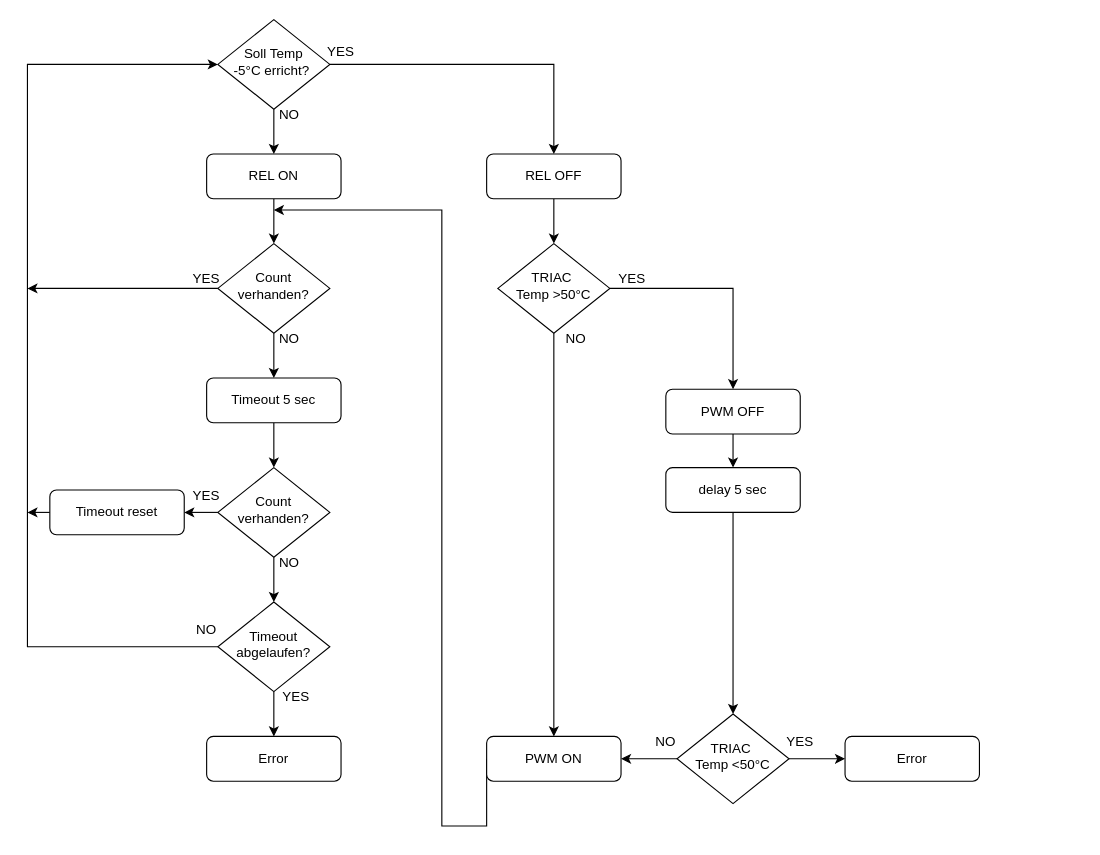
This is page "Regler" (2 of 2) of reflow-oven/docs/flow.drawio from siku2/esphome-projects, a draw.io file, before an edit. Source tidied: cells renumbered, new cells numbered last; positions are measured from the earlier drawing's top-left corner, leaving out a move shared by most shapes. Both pictures are drawn from the tidied source at 112%, with x=0, y=0 at pixel (27, 19).
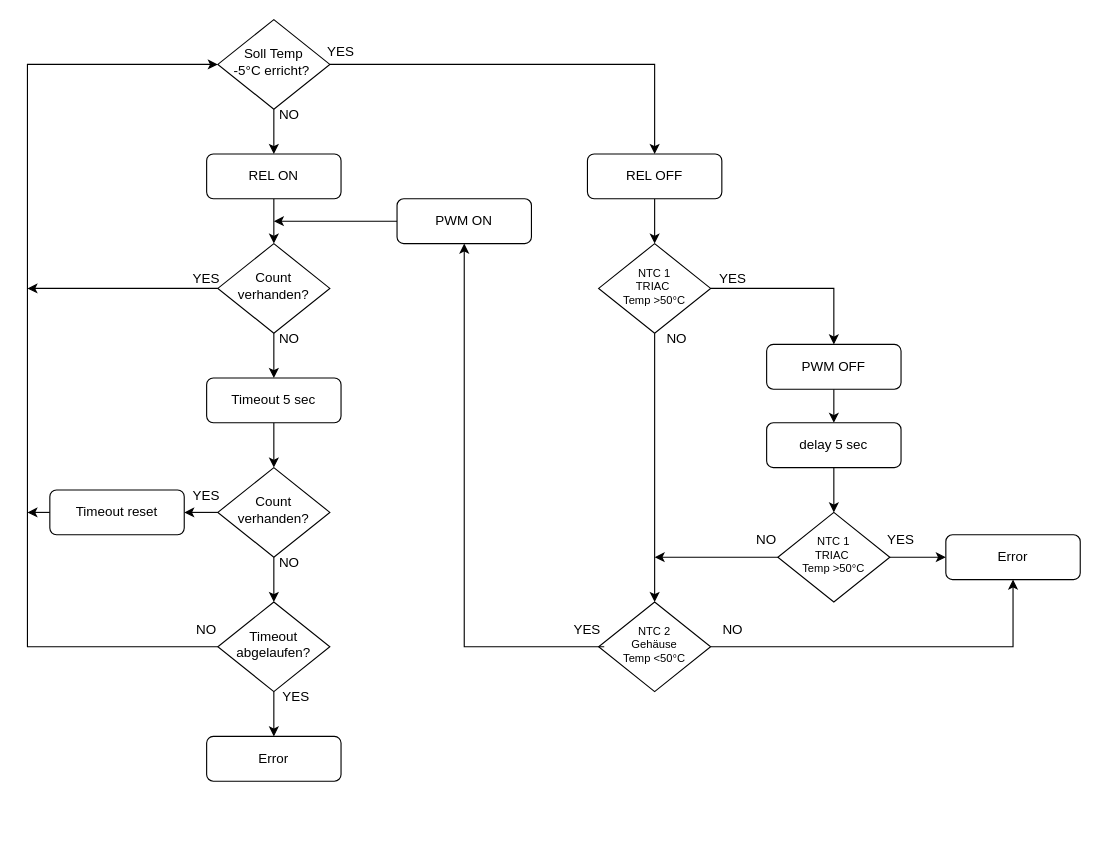
After the change.

Diff of the diagram source:
```diff
@@
     <mxCell id="7" style="edgeStyle=orthogonalEdgeStyle;rounded=0;jettySize=auto;html=1;exitX=0.5;exitY=1;exitDx=0;exitDy=0;entryX=0.5;entryY=0;entryDx=0;entryDy=0;" parent="1" edge="1" source="8">
       <mxGeometry relative="1" as="geometry">
-        <mxPoint x="470" y="200" as="targetPoint" />
+        <mxPoint x="560" y="200" as="targetPoint" />
       </mxGeometry>
     </mxCell>
     <mxCell id="8" value="REL OFF" style="rounded=1;whiteSpace=wrap;html=1;fontSize=12;glass=0;strokeWidth=1;shadow=0;" parent="1" vertex="1">
-      <mxGeometry x="410" y="120" width="120" height="40" as="geometry" />
+      <mxGeometry x="500" y="120" width="120" height="40" as="geometry" />
     </mxCell>
-    <mxCell id="9" style="edgeStyle=orthogonalEdgeStyle;rounded=0;jettySize=auto;html=1;exitX=0.5;exitY=1;exitDx=0;exitDy=0;entryX=0.5;entryY=0;entryDx=0;entryDy=0;" parent="1" edge="1" source="11" target="13">
-      <mxGeometry relative="1" as="geometry" />
-    </mxCell>
@@
+    <mxCell id="48" style="edgeStyle=orthogonalEdgeStyle;rounded=0;jettySize=auto;html=1;entryX=0.5;entryY=0;entryDx=0;entryDy=0;" parent="1" edge="1" source="11" target="51">
+      <mxGeometry relative="1" as="geometry" />
+    </mxCell>
-    <mxCell id="11" value="TRIAC&amp;nbsp;&lt;div&gt;Temp &amp;gt;50°C&lt;/div&gt;" style="rhombus;whiteSpace=wrap;html=1;shadow=0;fontFamily=Helvetica;fontSize=12;align=center;strokeWidth=1;spacing=6;spacingTop=-4;" parent="1" vertex="1">
-      <mxGeometry x="420" y="200" width="100" height="80" as="geometry" />
+    <mxCell id="11" value="&lt;div style=&quot;font-size: 10px;&quot;&gt;&lt;font style=&quot;font-size: 10px;&quot;&gt;NTC 1&lt;/font&gt;&lt;/div&gt;&lt;font style=&quot;font-size: 10px;&quot;&gt;TRIAC&amp;nbsp;&lt;/font&gt;&lt;div style=&quot;font-size: 10px;&quot;&gt;&lt;font style=&quot;font-size: 10px;&quot;&gt;Temp &amp;gt;50°C&lt;/font&gt;&lt;/div&gt;" style="rhombus;whiteSpace=wrap;html=1;shadow=0;fontFamily=Helvetica;fontSize=10;align=center;strokeWidth=1;spacing=6;spacingTop=-4;" parent="1" vertex="1">
+      <mxGeometry x="510" y="200" width="100" height="80" as="geometry" />
     </mxCell>
-    <mxCell id="12" style="edgeStyle=orthogonalEdgeStyle;rounded=0;jettySize=auto;html=1;exitX=0;exitY=0.5;exitDx=0;exitDy=0;" parent="1" edge="1" source="13">
-      <mxGeometry relative="1" as="geometry">
-        <mxPoint x="220" y="170" as="targetPoint" />
-        <Array as="points">
-          <mxPoint x="370" y="720" />
-          <mxPoint x="370" y="170" />
-        </Array>
-      </mxGeometry>
-    </mxCell>
-    <mxCell id="13" value="PWM ON" style="rounded=1;whiteSpace=wrap;html=1;fontSize=12;glass=0;strokeWidth=1;shadow=0;" parent="1" vertex="1">
-      <mxGeometry x="410" y="640" width="120" height="40" as="geometry" />
-    </mxCell>
@@
     <mxCell id="15" value="PWM OFF" style="rounded=1;whiteSpace=wrap;html=1;fontSize=12;glass=0;strokeWidth=1;shadow=0;" parent="1" vertex="1">
-      <mxGeometry x="570" y="330" width="120" height="40" as="geometry" />
+      <mxGeometry x="660" y="290" width="120" height="40" as="geometry" />
     </mxCell>
@@
     <mxCell id="17" value="delay 5 sec" style="rounded=1;whiteSpace=wrap;html=1;fontSize=12;glass=0;strokeWidth=1;shadow=0;" parent="1" vertex="1">
-      <mxGeometry x="570" y="400" width="120" height="40" as="geometry" />
+      <mxGeometry x="660" y="360" width="120" height="40" as="geometry" />
     </mxCell>
@@
-    <mxCell id="19" style="edgeStyle=orthogonalEdgeStyle;rounded=0;jettySize=auto;html=1;exitX=0;exitY=0.5;exitDx=0;exitDy=0;entryX=1;entryY=0.5;entryDx=0;entryDy=0;" parent="1" edge="1" source="20" target="13">
-      <mxGeometry relative="1" as="geometry" />
+    <mxCell id="19" style="edgeStyle=orthogonalEdgeStyle;rounded=0;jettySize=auto;html=1;exitX=0;exitY=0.5;exitDx=0;exitDy=0;" parent="1" edge="1" source="20">
+      <mxGeometry relative="1" as="geometry">
+        <mxPoint x="560" y="480" as="targetPoint" />
+        <Array as="points">
+          <mxPoint x="560" y="480" />
+        </Array>
+      </mxGeometry>
     </mxCell>
-    <mxCell id="20" value="TRIAC&amp;nbsp;&lt;div&gt;Temp &amp;lt;50°C&lt;/div&gt;" style="rhombus;whiteSpace=wrap;html=1;shadow=0;fontFamily=Helvetica;fontSize=12;align=center;strokeWidth=1;spacing=6;spacingTop=-4;" parent="1" vertex="1">
-      <mxGeometry x="580" y="620" width="100" height="80" as="geometry" />
+    <mxCell id="20" value="&lt;div style=&quot;font-size: 10px;&quot;&gt;NTC 1&lt;/div&gt;TRIAC&amp;nbsp;&lt;div style=&quot;font-size: 10px;&quot;&gt;Temp &amp;gt;50°C&lt;/div&gt;" style="rhombus;whiteSpace=wrap;html=1;shadow=0;fontFamily=Helvetica;fontSize=10;align=center;strokeWidth=1;spacing=6;spacingTop=-4;" parent="1" vertex="1">
+      <mxGeometry x="670" y="440" width="100" height="80" as="geometry" />
     </mxCell>
     <mxCell id="21" value="Error" style="rounded=1;whiteSpace=wrap;html=1;fontSize=12;glass=0;strokeWidth=1;shadow=0;" parent="1" vertex="1">
-      <mxGeometry x="730" y="640" width="120" height="40" as="geometry" />
+      <mxGeometry x="820" y="460" width="120" height="40" as="geometry" />
     </mxCell>
@@
     <mxCell id="44" value="YES" style="text;html=1;align=center;verticalAlign=middle;whiteSpace=wrap;rounded=0;" parent="1" vertex="1">
-      <mxGeometry x="660" y="630" width="60" height="30" as="geometry" />
+      <mxGeometry x="750" y="450" width="60" height="30" as="geometry" />
     </mxCell>
     <mxCell id="45" value="NO" style="text;html=1;align=center;verticalAlign=middle;whiteSpace=wrap;rounded=0;" parent="1" vertex="1">
-      <mxGeometry x="540" y="630" width="60" height="30" as="geometry" />
+      <mxGeometry x="630" y="450" width="60" height="30" as="geometry" />
     </mxCell>
     <mxCell id="46" value="NO" style="text;html=1;align=center;verticalAlign=middle;whiteSpace=wrap;rounded=0;" parent="1" vertex="1">
-      <mxGeometry x="460" y="270" width="60" height="30" as="geometry" />
+      <mxGeometry x="550" y="270" width="60" height="30" as="geometry" />
     </mxCell>
     <mxCell id="47" value="YES" style="text;html=1;align=center;verticalAlign=middle;whiteSpace=wrap;rounded=0;" parent="1" vertex="1">
-      <mxGeometry x="510" y="217" width="60" height="30" as="geometry" />
+      <mxGeometry x="600" y="217" width="60" height="30" as="geometry" />
     </mxCell>
+    <mxCell id="49" style="edgeStyle=orthogonalEdgeStyle;rounded=0;jettySize=auto;html=1;exitX=0;exitY=0.5;exitDx=0;exitDy=0;" parent="1" edge="1" source="13">
+      <mxGeometry relative="1" as="geometry">
+        <mxPoint x="220" y="180" as="targetPoint" />
+      </mxGeometry>
+    </mxCell>
+    <mxCell id="13" value="PWM ON" style="rounded=1;whiteSpace=wrap;html=1;fontSize=12;glass=0;strokeWidth=1;shadow=0;" parent="1" vertex="1">
+      <mxGeometry x="330" y="160" width="120" height="40" as="geometry" />
+    </mxCell>
+    <mxCell id="50" style="edgeStyle=orthogonalEdgeStyle;rounded=0;jettySize=auto;html=1;exitX=1;exitY=0.5;exitDx=0;exitDy=0;" parent="1" edge="1" source="51" target="21">
+      <mxGeometry relative="1" as="geometry" />
+    </mxCell>
+    <mxCell id="51" value="&lt;div style=&quot;font-size: 10px;&quot;&gt;NTC 2&lt;/div&gt;Gehäuse&lt;div style=&quot;font-size: 10px;&quot;&gt;Temp &amp;lt;50°C&lt;/div&gt;" style="rhombus;whiteSpace=wrap;html=1;shadow=0;fontFamily=Helvetica;fontSize=10;align=center;strokeWidth=1;spacing=6;spacingTop=-4;" parent="1" vertex="1">
+      <mxGeometry x="510" y="520" width="100" height="80" as="geometry" />
+    </mxCell>
+    <mxCell id="52" style="edgeStyle=orthogonalEdgeStyle;rounded=0;jettySize=auto;html=1;exitX=0.75;exitY=1;exitDx=0;exitDy=0;entryX=0.5;entryY=1;entryDx=0;entryDy=0;" parent="1" edge="1" source="53" target="13">
+      <mxGeometry relative="1" as="geometry">
+        <Array as="points">
+          <mxPoint x="390" y="560" />
+        </Array>
+      </mxGeometry>
+    </mxCell>
+    <mxCell id="53" value="YES" style="text;html=1;align=center;verticalAlign=middle;whiteSpace=wrap;rounded=0;" parent="1" vertex="1">
+      <mxGeometry x="470" y="530" width="60" height="30" as="geometry" />
+    </mxCell>
+    <mxCell id="54" value="NO" style="text;html=1;align=center;verticalAlign=middle;whiteSpace=wrap;rounded=0;" parent="1" vertex="1">
+      <mxGeometry x="600" y="530" width="60" height="30" as="geometry" />
+    </mxCell>
```
